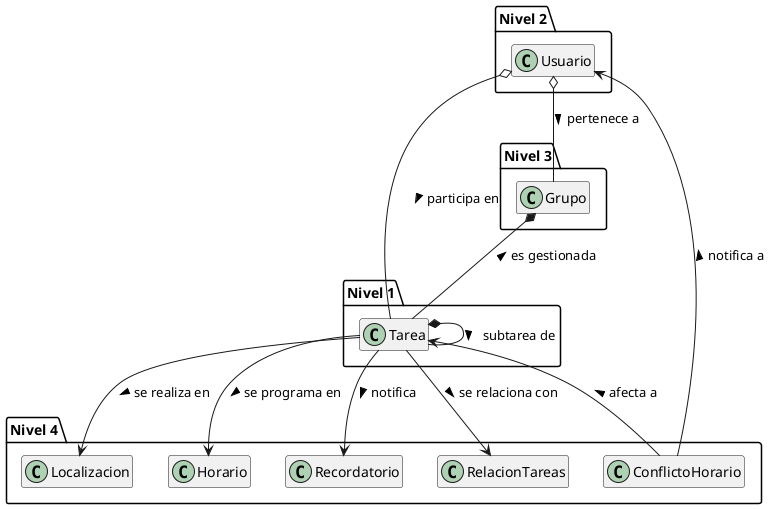
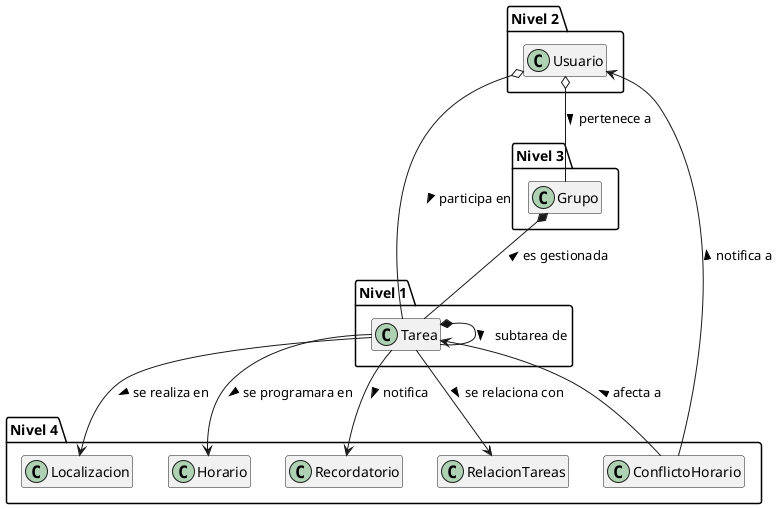
@startuml Diagrama de Clases - Primera Reunión
top to bottom direction
hide methods
hide attributes
skinparam classAttributeIconSize 0

' Nivel 1: Tarea
package "Nivel 1" {
  class Tarea
}

' Nivel 2: Usuario
package "Nivel 2" {
  class Usuario
}

' Nivel 3: Grupo
package "Nivel 3" {
  class Grupo
}

' Nivel 4: Resto de clases
package "Nivel 4" {
  class ConflictoHorario
  class Localizacion
  class Horario
  class Recordatorio
  class RelacionTareas
}

' Relaciones principales
Grupo *-- Tarea : es gestionada <
Usuario o-- Tarea : participa en >
Usuario o-- Grupo : pertenece a >
Tarea *-- Tarea : subtarea de >

' Relaciones con el resto
Tarea <-- ConflictoHorario : afecta a <
Usuario <-- ConflictoHorario : notifica a <
Tarea --> Localizacion : se realiza en >
- Tarea --> Horario : se programa en >
+ Tarea --> Horario : se programara en >
Tarea --> Recordatorio : notifica >
Tarea --> RelacionTareas : se relaciona con >

@enduml
